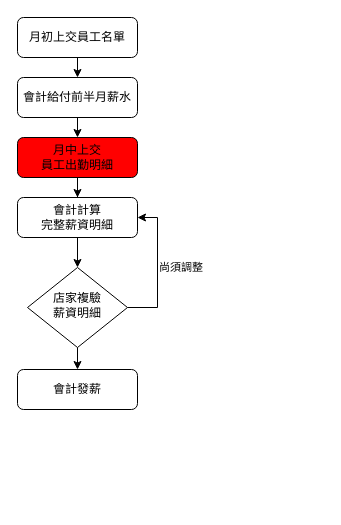
pingle1202/GamaWorkFlow keeps this draw.io diagram as Untitled Diagram.drawio. Above is the earlier version. Source tidied: cells renumbered, new cells numbered last; positions are measured from the earlier drawing's top-left corner, leaving out a move shared by most shapes. Both pictures are drawn from the tidied source at 100%, with x=0, y=0 at pixel (17, 17).
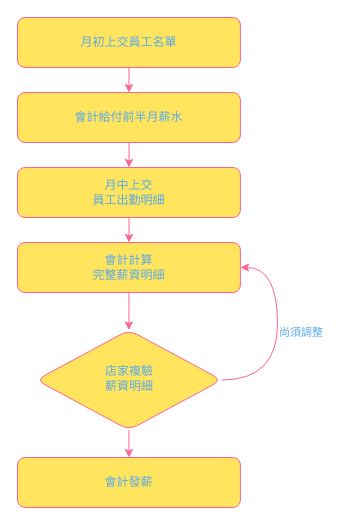
The same page after the edit.

What changed in the source:
```diff
@@
 <mxGraphModel>
   <root>
     <mxCell id="0" />
     <mxCell id="1" parent="0" />
-    <mxCell id="2" style="group;" parent="1" vertex="1">
-      <mxGeometry width="140" height="392" as="geometry" />
+    <mxCell id="2" style="group;fontColor=#5AA9E6;rounded=1;" parent="1" vertex="1">
+      <mxGeometry width="260" height="490" as="geometry" />
     </mxCell>
-    <mxCell id="3" style="edgeStyle=orthogonalEdgeStyle;rounded=0;jettySize=auto;html=1;" parent="2" edge="1" source="4">
+    <mxCell id="3" style="edgeStyle=orthogonalEdgeStyle;jettySize=auto;html=1;strokeColor=#FF6392;fontColor=#5AA9E6;curved=1;" parent="2" edge="1" source="4">
       <mxGeometry relative="1" as="geometry">
-        <mxPoint x="60" y="60" as="targetPoint" />
+        <mxPoint x="111.4" y="75" as="targetPoint" />
       </mxGeometry>
     </mxCell>
-    <mxCell id="4" value="月初上交員工名單" style="rounded=1;whiteSpace=wrap;html=1;fontSize=12;glass=0;strokeWidth=1;shadow=0;" parent="2" vertex="1">
-      <mxGeometry width="120" height="40" as="geometry" />
+    <mxCell id="4" value="月初上交員工名單" style="whiteSpace=wrap;html=1;fontSize=12;glass=0;strokeWidth=1;shadow=0;fillColor=#FFE45E;strokeColor=#FF6392;fontColor=#5AA9E6;rounded=1;" parent="2" vertex="1">
+      <mxGeometry width="222.9" height="50" as="geometry" />
     </mxCell>
-    <mxCell id="5" value="月中上交&lt;br&gt;員工出勤明細" style="rounded=1;whiteSpace=wrap;html=1;fontSize=12;glass=0;strokeWidth=1;shadow=0;fillColor=#FF0000;" parent="2" vertex="1">
-      <mxGeometry y="120" width="120" height="40" as="geometry" />
+    <mxCell id="5" value="月中上交&lt;br&gt;員工出勤明細" style="whiteSpace=wrap;html=1;fontSize=12;glass=0;strokeWidth=1;shadow=0;fillColor=#FFE45E;strokeColor=#FF6392;fontColor=#5AA9E6;rounded=1;" parent="2" vertex="1">
+      <mxGeometry y="150" width="222.9" height="50" as="geometry" />
     </mxCell>
-    <mxCell id="6" value="店家複驗&lt;br&gt;薪資明細" style="rhombus;whiteSpace=wrap;html=1;shadow=0;fontFamily=Helvetica;fontSize=12;align=center;strokeWidth=1;spacing=6;spacingTop=-4;" parent="2" vertex="1">
-      <mxGeometry x="10" y="250" width="100" height="80" as="geometry" />
+    <mxCell id="6" value="店家複驗&lt;br&gt;薪資明細" style="rhombus;whiteSpace=wrap;html=1;shadow=0;fontFamily=Helvetica;fontSize=12;align=center;strokeWidth=1;spacing=6;spacingTop=-4;fillColor=#FFE45E;strokeColor=#FF6392;fontColor=#5AA9E6;rounded=1;" parent="2" vertex="1">
+      <mxGeometry x="18.6" y="312.5" width="185.7" height="100" as="geometry" />
     </mxCell>
-    <mxCell id="7" value="會計發薪" style="rounded=1;whiteSpace=wrap;html=1;fontSize=12;glass=0;strokeWidth=1;shadow=0;" parent="2" vertex="1">
-      <mxGeometry y="352" width="120" height="40" as="geometry" />
+    <mxCell id="7" value="會計發薪" style="whiteSpace=wrap;html=1;fontSize=12;glass=0;strokeWidth=1;shadow=0;fillColor=#FFE45E;strokeColor=#FF6392;fontColor=#5AA9E6;rounded=1;" parent="2" vertex="1">
+      <mxGeometry y="440" width="222.9" height="50" as="geometry" />
     </mxCell>
-    <mxCell id="8" style="edgeStyle=orthogonalEdgeStyle;rounded=0;jettySize=auto;html=1;exitX=0.5;exitY=1;exitDx=0;exitDy=0;entryX=0.5;entryY=0;entryDx=0;entryDy=0;align=left;" parent="2" edge="1" source="6" target="7">
+    <mxCell id="8" style="edgeStyle=orthogonalEdgeStyle;jettySize=auto;html=1;exitX=0.5;exitY=1;exitDx=0;exitDy=0;entryX=0.5;entryY=0;entryDx=0;entryDy=0;align=left;strokeColor=#FF6392;fontColor=#5AA9E6;curved=1;" parent="2" edge="1" source="6" target="7">
       <mxGeometry relative="1" as="geometry" />
     </mxCell>
-    <mxCell id="9" style="edgeStyle=orthogonalEdgeStyle;rounded=0;jettySize=auto;html=1;" parent="2" edge="1" source="10">
+    <mxCell id="9" style="edgeStyle=orthogonalEdgeStyle;jettySize=auto;html=1;strokeColor=#FF6392;fontColor=#5AA9E6;curved=1;" parent="2" edge="1" source="10">
       <mxGeometry relative="1" as="geometry">
-        <mxPoint x="60" y="120" as="targetPoint" />
+        <mxPoint x="111.4" y="150" as="targetPoint" />
       </mxGeometry>
     </mxCell>
-    <mxCell id="10" value="會計給付前半月薪水" style="rounded=1;whiteSpace=wrap;html=1;fontSize=12;glass=0;strokeWidth=1;shadow=0;" parent="2" vertex="1">
-      <mxGeometry y="60" width="120" height="40" as="geometry" />
+    <mxCell id="10" value="會計給付前半月薪水" style="whiteSpace=wrap;html=1;fontSize=12;glass=0;strokeWidth=1;shadow=0;fillColor=#FFE45E;strokeColor=#FF6392;fontColor=#5AA9E6;rounded=1;" parent="2" vertex="1">
+      <mxGeometry y="75" width="222.9" height="50" as="geometry" />
     </mxCell>
-    <mxCell id="11" style="edgeStyle=orthogonalEdgeStyle;rounded=0;jettySize=auto;html=1;exitX=0.5;exitY=1;exitDx=0;exitDy=0;" parent="2" edge="1" source="12" target="6">
+    <mxCell id="11" style="edgeStyle=orthogonalEdgeStyle;jettySize=auto;html=1;exitX=0.5;exitY=1;exitDx=0;exitDy=0;strokeColor=#FF6392;fontColor=#5AA9E6;curved=1;" parent="2" edge="1" source="12" target="6">
       <mxGeometry relative="1" as="geometry" />
     </mxCell>
-    <mxCell id="12" value="會計計算&lt;br&gt;完整薪資明細" style="rounded=1;whiteSpace=wrap;html=1;fontSize=12;glass=0;strokeWidth=1;shadow=0;" parent="2" vertex="1">
-      <mxGeometry y="180" width="120" height="40" as="geometry" />
+    <mxCell id="12" value="會計計算&lt;br&gt;完整薪資明細" style="whiteSpace=wrap;html=1;fontSize=12;glass=0;strokeWidth=1;shadow=0;fillColor=#FFE45E;strokeColor=#FF6392;fontColor=#5AA9E6;rounded=1;" parent="2" vertex="1">
+      <mxGeometry y="225" width="222.9" height="50" as="geometry" />
     </mxCell>
-    <mxCell id="13" style="edgeStyle=orthogonalEdgeStyle;rounded=0;jettySize=auto;html=1;entryX=0.5;entryY=0;entryDx=0;entryDy=0;" parent="2" edge="1" source="5" target="12">
+    <mxCell id="13" style="edgeStyle=orthogonalEdgeStyle;jettySize=auto;html=1;entryX=0.5;entryY=0;entryDx=0;entryDy=0;strokeColor=#FF6392;fontColor=#5AA9E6;curved=1;" parent="2" edge="1" source="5" target="12">
       <mxGeometry relative="1" as="geometry" />
     </mxCell>
-    <mxCell id="14" value="尚須調整" style="edgeStyle=orthogonalEdgeStyle;rounded=0;jettySize=auto;html=1;entryX=1;entryY=0.5;entryDx=0;entryDy=0;align=left;exitX=1;exitY=0.5;exitDx=0;exitDy=0;" parent="2" edge="1" source="6" target="12">
+    <mxCell id="14" value="尚須調整" style="edgeStyle=orthogonalEdgeStyle;jettySize=auto;html=1;entryX=1;entryY=0.5;entryDx=0;entryDy=0;align=left;exitX=1;exitY=0.5;exitDx=0;exitDy=0;strokeColor=#FF6392;fontColor=#5AA9E6;curved=1;" parent="2" edge="1" source="6" target="12">
       <mxGeometry relative="1" as="geometry">
         <Array as="points">
-          <mxPoint x="140" y="290" />
-          <mxPoint x="140" y="200" />
+          <mxPoint x="260" y="362.5" />
+          <mxPoint x="260" y="250" />
         </Array>
       </mxGeometry>
     </mxCell>
   </root>
 </mxGraphModel>
```
